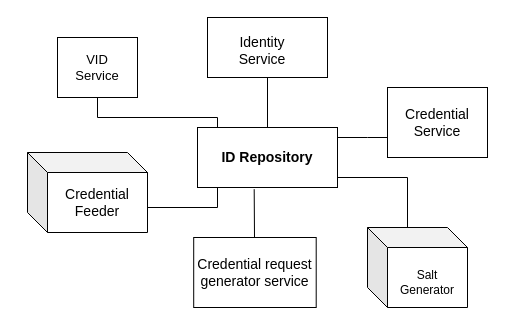
The draw.io diagram docs/_images/id-repository.drawio in mosip/documentation, before the edit. Source tidied: cells renumbered, new cells numbered last; positions are measured from the earlier drawing's top-left corner, leaving out a move shared by most shapes. Both pictures are drawn from the tidied source at 100%, with x=0, y=0 at pixel (27, 17).
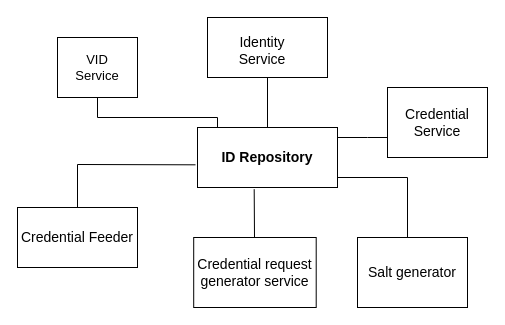
The same page after the edit.

The change refers to these unchanged cells:
```xml
<mxCell id="2" style="rounded=0;whiteSpace=wrap;html=1;" parent="1" vertex="1">
  <mxGeometry x="170" y="110" width="140" height="60" as="geometry" />
</mxCell>
```

The edit, as a diff of the source:
```diff
@@
-    <mxCell id="4" style="shape=cube;whiteSpace=wrap;html=1;boundedLbl=1;backgroundOutline=1;darkOpacity=0.05;darkOpacity2=0.1;" parent="1" vertex="1">
-      <mxGeometry x="340" y="210" width="100" height="80" as="geometry" />
-    </mxCell>
-    <mxCell id="5" value="Salt Generator" style="text;html=1;strokeColor=none;fillColor=none;align=center;verticalAlign=middle;whiteSpace=wrap;rounded=0;" parent="1" vertex="1">
-      <mxGeometry x="370" y="250" width="60" height="30" as="geometry" />
-    </mxCell>
@@
-    <mxCell id="14" value="Credential Feeder" style="shape=cube;whiteSpace=wrap;html=1;boundedLbl=1;backgroundOutline=1;darkOpacity=0.05;darkOpacity2=0.1;fontSize=14;" parent="1" vertex="1">
-      <mxGeometry y="135" width="120" height="80" as="geometry" />
-    </mxCell>
@@
     <mxCell id="16" style="endArrow=none;html=1;rounded=0;fontSize=14;" parent="1" edge="1">
       <mxGeometry relative="1" as="geometry">
-        <mxPoint x="380" y="210" as="sourcePoint" />
+        <mxPoint x="380" y="220" as="sourcePoint" />
         <mxPoint x="310" y="160" as="targetPoint" />
         <Array as="points">
           <mxPoint x="380" y="160" />
         </Array>
       </mxGeometry>
     </mxCell>
@@
-    <mxCell id="20" style="endArrow=none;html=1;rounded=0;fontSize=13;entryX=0;entryY=0;entryDx=120;entryDy=20;entryPerimeter=0;" parent="1" edge="1" target="14">
-      <mxGeometry relative="1" as="geometry">
-        <mxPoint x="190" y="170" as="sourcePoint" />
-        <Array as="points">
-          <mxPoint x="190" y="190" />
-          <mxPoint x="120" y="190" />
-        </Array>
-      </mxGeometry>
-    </mxCell>
@@
+    <mxCell id="22" value="Salt generator" style="rounded=0;whiteSpace=wrap;html=1;fontSize=14;" parent="1" vertex="1">
+      <mxGeometry x="330" y="220" width="110" height="70" as="geometry" />
+    </mxCell>
+    <mxCell id="14" value="Credential Feeder" style="rounded=0;whiteSpace=wrap;html=1;fontSize=14;" parent="1" vertex="1">
+      <mxGeometry x="-10" y="190" width="120" height="60" as="geometry" />
+    </mxCell>
+    <mxCell id="23" style="endArrow=none;html=1;rounded=0;fontSize=14;exitX=0.5;exitY=0;exitDx=0;exitDy=0;entryX=-0.014;entryY=0.622;entryDx=0;entryDy=0;entryPerimeter=0;" parent="1" edge="1" source="14" target="2">
+      <mxGeometry relative="1" as="geometry">
+        <Array as="points">
+          <mxPoint x="50" y="147" />
+        </Array>
+      </mxGeometry>
+    </mxCell>
```
